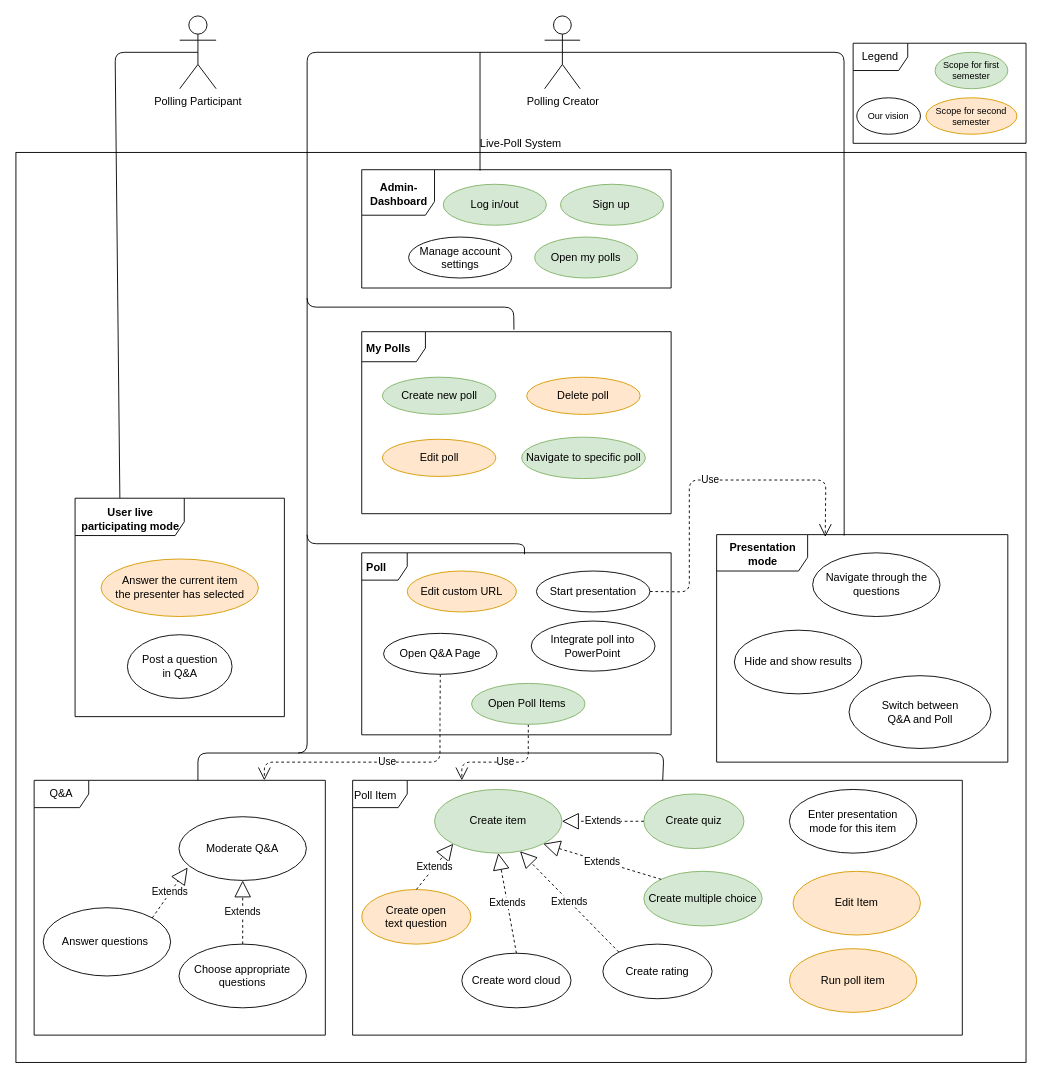
Above: media/LivePollUCD.drawio in livepoll/live-poll-docs (draw.io), before the change. Source tidied: cells renumbered, new cells numbered last; positions are measured from the earlier drawing's top-left corner, leaving out a move shared by most shapes. Both pictures are drawn from the tidied source at 91%, with x=0, y=0 at pixel (15, 15).
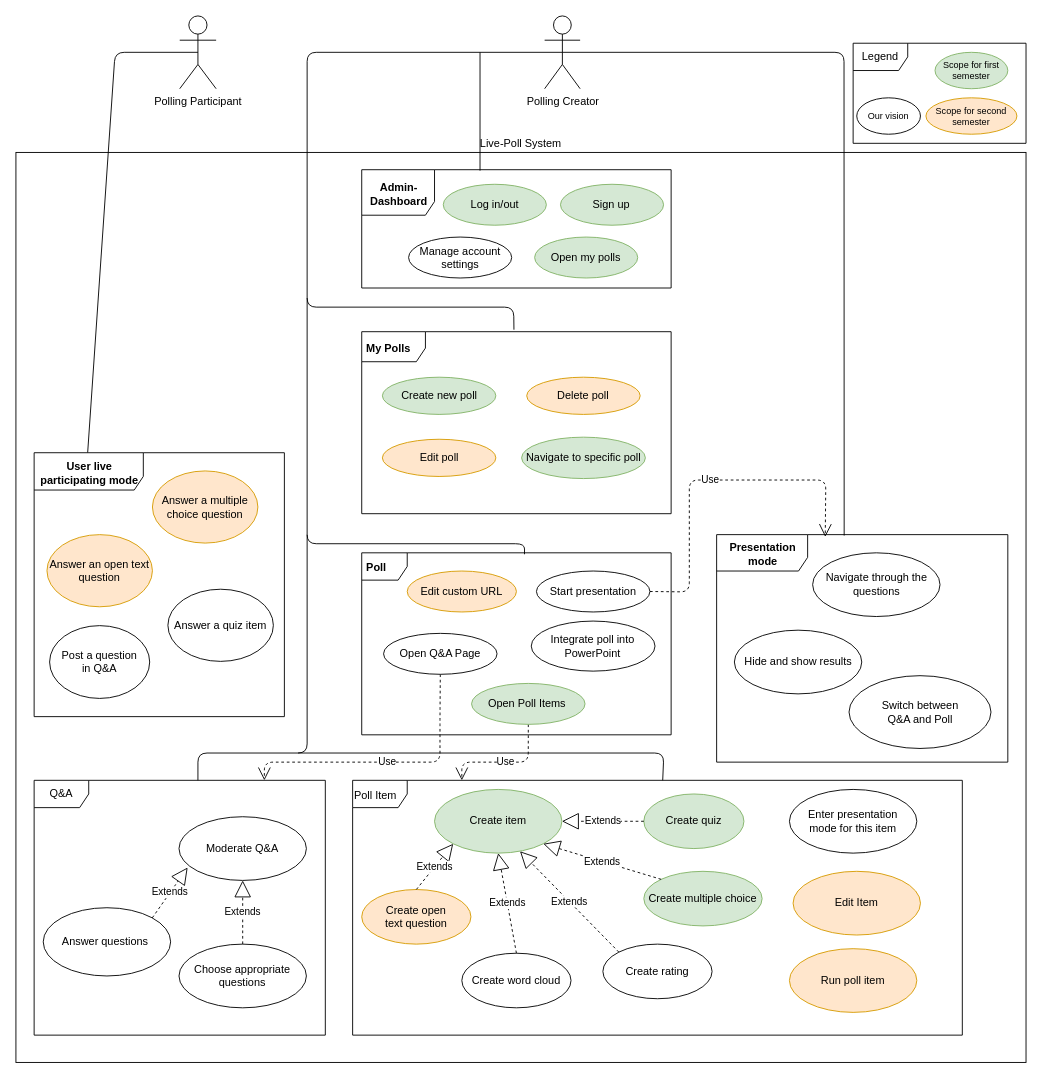
Above is the later version.

Commit message (it also covers changes not shown here):
Update live-poll-ucd diagram

Change to the diagram source:
```diff
@@
     <mxCell id="22" style="group;" parent="1" vertex="1">
-      <mxGeometry x="65" y="530" width="230" height="240" as="geometry" />
+      <mxGeometry x="20" y="480" width="275" height="290" as="geometry" />
     </mxCell>
     <mxCell id="23" value="&lt;p style=&quot;margin: 0px ; margin-top: 4px ; text-align: center&quot;&gt;&lt;b&gt;User live participating mode&lt;/b&gt;&lt;/p&gt;" style="shape=umlFrame;whiteSpace=wrap;html=1;fontFamily=Helvetica;fontSize=12;fontColor=#000000;align=left;strokeColor=#000000;fillColor=#ffffff;width=120;height=41;" parent="22" vertex="1">
-      <mxGeometry width="230" height="240" as="geometry" />
+      <mxGeometry width="275" height="290" as="geometry" />
     </mxCell>
-    <mxCell id="24" value="Answer the current item&lt;br&gt;the presenter has selected" style="ellipse;whiteSpace=wrap;html=1;fillColor=#ffe6cc;strokeColor=#d79b00;" parent="22" vertex="1">
-      <mxGeometry x="28.5" y="66.8" width="173" height="63.2" as="geometry" />
+    <mxCell id="24" value="Answer an open text question" style="ellipse;whiteSpace=wrap;html=1;fillColor=#ffe6cc;strokeColor=#d79b00;" parent="22" vertex="1">
+      <mxGeometry x="14.1" y="90" width="115.9" height="79.3" as="geometry" />
     </mxCell>
     <mxCell id="25" value="Post a question&lt;br&gt;in Q&amp;amp;A" style="ellipse;whiteSpace=wrap;html=1;" parent="22" vertex="1">
-      <mxGeometry x="57.5" y="150" width="115" height="70" as="geometry" />
+      <mxGeometry x="17" y="190" width="110" height="80" as="geometry" />
     </mxCell>
+    <mxCell id="71" value="Answer a quiz item" style="ellipse;whiteSpace=wrap;html=1;" parent="22" vertex="1">
+      <mxGeometry x="147" y="150" width="115.9" height="79.3" as="geometry" />
+    </mxCell>
+    <mxCell id="72" value="Answer a multiple choice question" style="ellipse;whiteSpace=wrap;html=1;fillColor=#ffe6cc;strokeColor=#d79b00;" parent="22" vertex="1">
+      <mxGeometry x="130" y="20" width="115.9" height="79.3" as="geometry" />
+    </mxCell>
```
